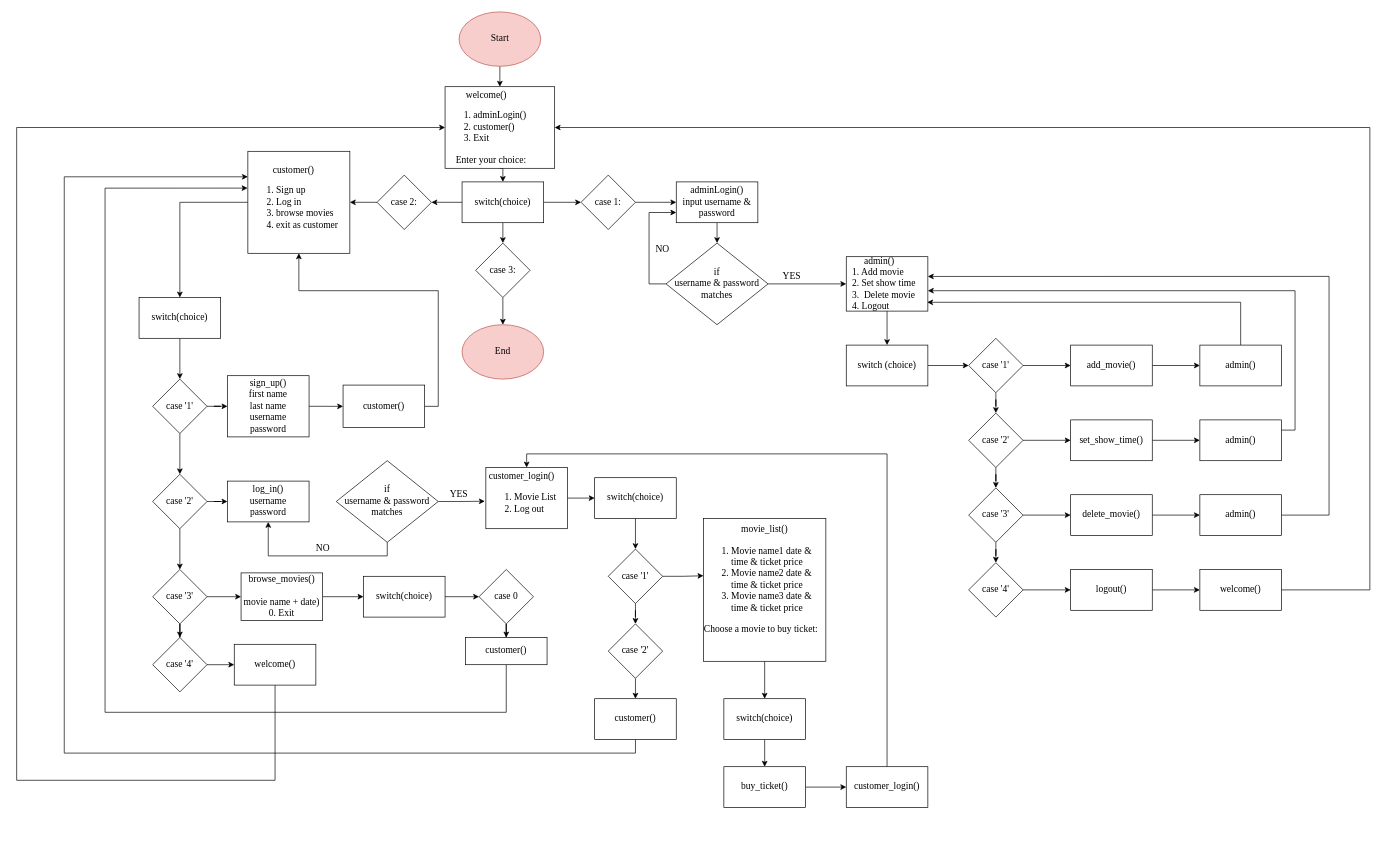
H1dr0n/movie-theater-management keeps this draw.io diagram as Flowchart/Flowchart_movie_theater_management.drawio. Above is the earlier version. Source tidied: cells renumbered, new cells numbered last; positions are measured from the earlier drawing's top-left corner, leaving out a move shared by most shapes. Both pictures are drawn from the tidied source at 68%, with x=0, y=0 at pixel (16, 12).
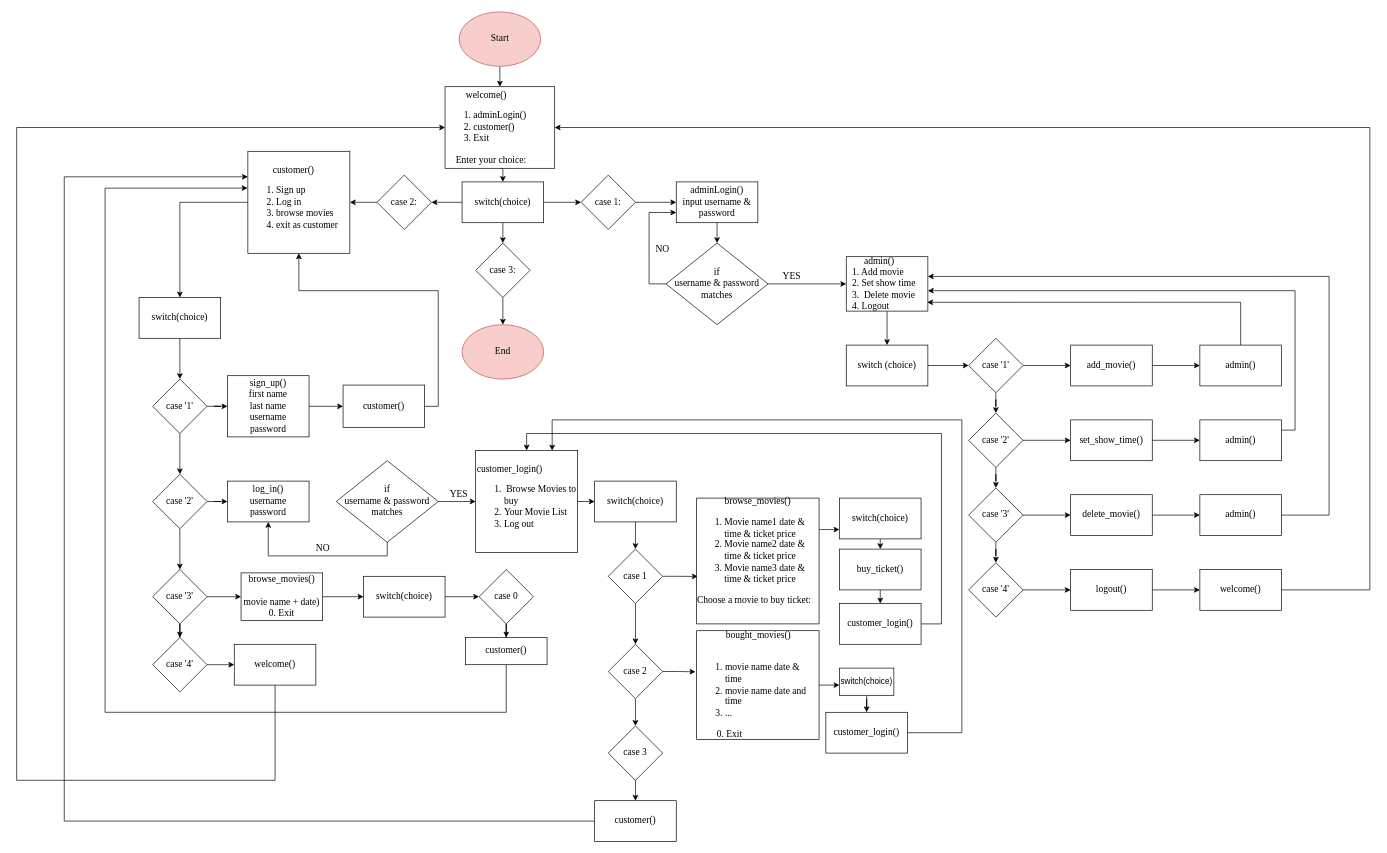
The same page after the edit.

The change refers to these unchanged cells:
```xml
<mxCell id="7" value="&lt;div style=&quot;text-align: center&quot;&gt;&lt;span&gt;customer()&lt;/span&gt;&lt;/div&gt;&lt;div&gt;&lt;ol&gt;&lt;li&gt;&lt;span&gt;Sign up&lt;/span&gt;&lt;/li&gt;&lt;li&gt;&lt;span&gt;Log in&lt;/span&gt;&lt;/li&gt;&lt;li&gt;&lt;span&gt;browse movies&lt;/span&gt;&lt;/li&gt;&lt;li&gt;&lt;span&gt;exit as customer&lt;/span&gt;&lt;/li&gt;&lt;/ol&gt;&lt;/div&gt;" style="whiteSpace=wrap;html=1;fontFamily=Times New Roman;fontSize=14;align=left;" parent="1" vertex="1">
  <mxGeometry x="340" y="205" width="150" height="150" as="geometry" />
</mxCell>
<mxCell id="94" value="if&lt;br&gt;username &amp;amp; password matches" style="rhombus;whiteSpace=wrap;html=1;fontFamily=Times New Roman;fontSize=14;" parent="1" vertex="1">
  <mxGeometry x="470" y="660" width="150" height="120" as="geometry" />
</mxCell>
```

Change to the diagram source:
```diff
@@
     <mxCell id="55" value="switch(choice)" style="rounded=0;whiteSpace=wrap;html=1;fontFamily=Times New Roman;fontSize=14;" parent="1" vertex="1">
-      <mxGeometry x="850" y="685" width="120" height="60" as="geometry" />
+      <mxGeometry x="850" y="690" width="120" height="60" as="geometry" />
     </mxCell>
@@
-    <mxCell id="57" style="edgeStyle=orthogonalEdgeStyle;rounded=0;jettySize=auto;html=1;exitX=1;exitY=0.5;exitDx=0;exitDy=0;entryX=0;entryY=0.401;entryDx=0;entryDy=0;entryPerimeter=0;fontFamily=Times New Roman;fontSize=14;" parent="1" edge="1" source="58" target="62">
+    <mxCell id="57" style="edgeStyle=orthogonalEdgeStyle;rounded=0;jettySize=auto;html=1;exitX=1;exitY=0.5;exitDx=0;exitDy=0;entryX=0.009;entryY=0.623;entryDx=0;entryDy=0;entryPerimeter=0;" parent="1" edge="1" source="58" target="62">
       <mxGeometry relative="1" as="geometry" />
     </mxCell>
-    <mxCell id="58" value="case '1'" style="rhombus;whiteSpace=wrap;html=1;rounded=0;fontFamily=Times New Roman;fontSize=14;" parent="1" vertex="1">
+    <mxCell id="58" value="case 1" style="rhombus;whiteSpace=wrap;html=1;rounded=0;fontFamily=Times New Roman;fontSize=14;" parent="1" vertex="1">
       <mxGeometry x="870" y="790" width="80" height="80" as="geometry" />
     </mxCell>
-    <mxCell id="59" style="edgeStyle=orthogonalEdgeStyle;rounded=0;jettySize=auto;html=1;exitX=0.5;exitY=1;exitDx=0;exitDy=0;entryX=0.5;entryY=0;entryDx=0;entryDy=0;fontFamily=Times New Roman;fontSize=14;" parent="1" edge="1" source="60" target="100">
-      <mxGeometry relative="1" as="geometry" />
-    </mxCell>
+    <mxCell id="109" style="edgeStyle=orthogonalEdgeStyle;rounded=0;jettySize=auto;html=1;exitX=1;exitY=0.5;exitDx=0;exitDy=0;entryX=-0.01;entryY=0.378;entryDx=0;entryDy=0;entryPerimeter=0;" parent="1" edge="1" source="60" target="114">
+      <mxGeometry relative="1" as="geometry" />
+    </mxCell>
+    <mxCell id="110" style="edgeStyle=orthogonalEdgeStyle;rounded=0;jettySize=auto;html=1;exitX=0.5;exitY=1;exitDx=0;exitDy=0;entryX=0.5;entryY=0;entryDx=0;entryDy=0;" parent="1" edge="1" source="60" target="112">
+      <mxGeometry relative="1" as="geometry" />
+    </mxCell>
-    <mxCell id="60" value="case '2'" style="rhombus;whiteSpace=wrap;html=1;rounded=0;fontFamily=Times New Roman;fontSize=14;" parent="1" vertex="1">
-      <mxGeometry x="870" y="900" width="80" height="80" as="geometry" />
+    <mxCell id="60" value="case 2" style="rhombus;whiteSpace=wrap;html=1;rounded=0;fontFamily=Times New Roman;fontSize=14;" parent="1" vertex="1">
+      <mxGeometry x="870" y="930" width="80" height="80" as="geometry" />
     </mxCell>
-    <mxCell id="61" style="edgeStyle=orthogonalEdgeStyle;rounded=0;jettySize=auto;html=1;exitX=0.5;exitY=1;exitDx=0;exitDy=0;entryX=0.5;entryY=0;entryDx=0;entryDy=0;fontFamily=Times New Roman;fontSize=14;" parent="1" edge="1" source="62" target="102">
+    <mxCell id="61" style="edgeStyle=orthogonalEdgeStyle;rounded=0;jettySize=auto;html=1;exitX=1;exitY=0.25;exitDx=0;exitDy=0;entryX=0;entryY=0.771;entryDx=0;entryDy=0;entryPerimeter=0;" parent="1" edge="1" source="62" target="102">
       <mxGeometry relative="1" as="geometry" />
     </mxCell>
-    <mxCell id="62" value="&lt;div&gt;movie_list()&lt;/div&gt;&lt;div&gt;&lt;div style=&quot;text-align: left&quot;&gt;&lt;ol&gt;&lt;li&gt;&lt;span&gt;Movie name1 date &amp;amp; time &amp;amp; ticket price&lt;/span&gt;&lt;/li&gt;&lt;li&gt;&lt;span&gt;Movie name2 date &amp;amp; time &amp;amp; ticket price&lt;/span&gt;&lt;/li&gt;&lt;li&gt;&lt;span&gt;Movie name3 date &amp;amp; time &amp;amp; ticket price&lt;/span&gt;&lt;/li&gt;&lt;/ol&gt;&lt;/div&gt;&lt;span&gt;&lt;div style=&quot;text-align: left&quot;&gt;&lt;span&gt;Choose a movie to buy ticket:&lt;/span&gt;&lt;/div&gt;&lt;/span&gt;&lt;/div&gt;&lt;div&gt;&lt;br&gt;&lt;/div&gt;&lt;div style=&quot;text-align: left&quot;&gt;&lt;ol&gt;&lt;/ol&gt;&lt;/div&gt;" style="whiteSpace=wrap;html=1;rounded=0;fontFamily=Times New Roman;fontSize=14;" parent="1" vertex="1">
-      <mxGeometry x="1010" y="745" width="180" height="210" as="geometry" />
+    <mxCell id="62" value="&lt;div&gt;browse_movies()&lt;/div&gt;&lt;div&gt;&lt;div style=&quot;text-align: left&quot;&gt;&lt;ol&gt;&lt;li&gt;&lt;span&gt;Movie name1 date &amp;amp; time &amp;amp; ticket price&lt;/span&gt;&lt;/li&gt;&lt;li&gt;&lt;span&gt;Movie name2 date &amp;amp; time &amp;amp; ticket price&lt;/span&gt;&lt;/li&gt;&lt;li&gt;&lt;span&gt;Movie name3 date &amp;amp; time &amp;amp; ticket price&lt;/span&gt;&lt;/li&gt;&lt;/ol&gt;&lt;/div&gt;&lt;span&gt;&lt;div style=&quot;text-align: left&quot;&gt;&lt;span&gt;Choose a movie to buy ticket:&lt;/span&gt;&lt;/div&gt;&lt;/span&gt;&lt;/div&gt;&lt;div&gt;&lt;br&gt;&lt;/div&gt;&lt;div style=&quot;text-align: left&quot;&gt;&lt;ol&gt;&lt;/ol&gt;&lt;/div&gt;" style="whiteSpace=wrap;html=1;rounded=0;fontFamily=Times New Roman;fontSize=14;" parent="1" vertex="1">
+      <mxGeometry x="1000" y="715" width="180" height="185" as="geometry" />
     </mxCell>
-    <mxCell id="63" style="edgeStyle=orthogonalEdgeStyle;rounded=0;jettySize=auto;html=1;exitX=1;exitY=0.5;exitDx=0;exitDy=0;entryX=0;entryY=0.5;entryDx=0;entryDy=0;fontFamily=Times New Roman;fontSize=14;" parent="1" edge="1" source="64" target="104">
+    <mxCell id="63" style="edgeStyle=orthogonalEdgeStyle;rounded=0;jettySize=auto;html=1;exitX=0.5;exitY=1;exitDx=0;exitDy=0;entryX=0.5;entryY=0;entryDx=0;entryDy=0;" parent="1" edge="1" source="64" target="104">
       <mxGeometry relative="1" as="geometry" />
     </mxCell>
     <mxCell id="64" value="buy_ticket()" style="whiteSpace=wrap;html=1;rounded=0;fontFamily=Times New Roman;fontSize=14;" parent="1" vertex="1">
-      <mxGeometry x="1040" y="1110" width="120" height="60" as="geometry" />
+      <mxGeometry x="1210" y="790" width="120" height="60" as="geometry" />
     </mxCell>
@@
-    <mxCell id="93" style="edgeStyle=orthogonalEdgeStyle;rounded=0;jettySize=auto;html=1;exitX=1;exitY=0.5;exitDx=0;exitDy=0;entryX=-0.013;entryY=0.551;entryDx=0;entryDy=0;entryPerimeter=0;fontFamily=Times New Roman;fontSize=14;" parent="1" edge="1" source="94" target="97">
+    <mxCell id="93" style="edgeStyle=orthogonalEdgeStyle;rounded=0;jettySize=auto;html=1;exitX=1;exitY=0.5;exitDx=0;exitDy=0;entryX=0;entryY=0.5;entryDx=0;entryDy=0;" parent="1" edge="1" source="94" target="97">
       <mxGeometry relative="1" as="geometry" />
     </mxCell>
@@
-    <mxCell id="97" value="&lt;div style=&quot;text-align: center&quot;&gt;&lt;span&gt;customer_login()&lt;/span&gt;&lt;/div&gt;&lt;ol&gt;&lt;li style=&quot;text-align: center&quot;&gt;Movie List&lt;/li&gt;&lt;li&gt;Log out&lt;/li&gt;&lt;/ol&gt;" style="whiteSpace=wrap;html=1;fontFamily=Times New Roman;fontSize=14;align=left;" parent="1" vertex="1">
-      <mxGeometry x="690" y="670" width="120" height="90" as="geometry" />
+    <mxCell id="97" value="&lt;div&gt;&lt;span&gt;customer_login()&lt;/span&gt;&lt;/div&gt;&lt;ol&gt;&lt;li&gt;&amp;nbsp;Browse Movies to buy&lt;/li&gt;&lt;li&gt;Your Movie List&lt;/li&gt;&lt;li&gt;Log out&lt;/li&gt;&lt;/ol&gt;" style="whiteSpace=wrap;html=1;fontFamily=Times New Roman;fontSize=14;align=left;" parent="1" vertex="1">
+      <mxGeometry x="675" y="645" width="150" height="150" as="geometry" />
     </mxCell>
@@
-    <mxCell id="99" style="edgeStyle=orthogonalEdgeStyle;rounded=0;jettySize=auto;html=1;exitX=0.5;exitY=1;exitDx=0;exitDy=0;entryX=0;entryY=0.25;entryDx=0;entryDy=0;fontFamily=Times New Roman;fontSize=14;" parent="1" edge="1" source="100" target="7">
+    <mxCell id="99" style="edgeStyle=orthogonalEdgeStyle;rounded=0;jettySize=auto;html=1;exitX=0;exitY=0.5;exitDx=0;exitDy=0;entryX=0;entryY=0.25;entryDx=0;entryDy=0;fontFamily=Times New Roman;fontSize=14;" parent="1" edge="1" source="100" target="7">
       <mxGeometry relative="1" as="geometry">
         <Array as="points">
-          <mxPoint x="910" y="1090" />
-          <mxPoint x="70" y="1090" />
+          <mxPoint x="70" y="1190" />
           <mxPoint x="70" y="243" />
         </Array>
       </mxGeometry>
     </mxCell>
     <mxCell id="100" value="customer()" style="whiteSpace=wrap;html=1;fontFamily=Times New Roman;fontSize=14;" parent="1" vertex="1">
-      <mxGeometry x="850" y="1010" width="120" height="60" as="geometry" />
+      <mxGeometry x="850" y="1160" width="120" height="60" as="geometry" />
     </mxCell>
@@
     <mxCell id="102" value="switch(choice)" style="rounded=0;whiteSpace=wrap;html=1;fontFamily=Times New Roman;fontSize=14;" parent="1" vertex="1">
-      <mxGeometry x="1040" y="1010" width="120" height="60" as="geometry" />
+      <mxGeometry x="1210" y="715" width="120" height="60" as="geometry" />
     </mxCell>
-    <mxCell id="103" style="edgeStyle=orthogonalEdgeStyle;rounded=0;jettySize=auto;html=1;exitX=0.5;exitY=0;exitDx=0;exitDy=0;entryX=0.5;entryY=0;entryDx=0;entryDy=0;fontFamily=Times New Roman;fontSize=14;" parent="1" edge="1" source="104" target="97">
-      <mxGeometry relative="1" as="geometry" />
+    <mxCell id="103" style="edgeStyle=orthogonalEdgeStyle;rounded=0;jettySize=auto;html=1;exitX=1;exitY=0.5;exitDx=0;exitDy=0;entryX=0.5;entryY=0;entryDx=0;entryDy=0;" parent="1" edge="1" source="104" target="97">
+      <mxGeometry relative="1" as="geometry">
+        <Array as="points">
+          <mxPoint x="1360" y="900" />
+          <mxPoint x="1360" y="620" />
+          <mxPoint x="750" y="620" />
+        </Array>
+      </mxGeometry>
     </mxCell>
     <mxCell id="104" value="customer_login()" style="whiteSpace=wrap;html=1;rounded=0;fontFamily=Times New Roman;fontSize=14;" parent="1" vertex="1">
-      <mxGeometry x="1220" y="1110" width="120" height="60" as="geometry" />
+      <mxGeometry x="1210" y="870" width="120" height="60" as="geometry" />
     </mxCell>
@@
+    <mxCell id="111" style="edgeStyle=orthogonalEdgeStyle;rounded=0;jettySize=auto;html=1;exitX=0.5;exitY=1;exitDx=0;exitDy=0;entryX=0.5;entryY=0;entryDx=0;entryDy=0;" parent="1" edge="1" source="112" target="100">
+      <mxGeometry relative="1" as="geometry" />
+    </mxCell>
+    <mxCell id="112" value="case 3" style="rhombus;whiteSpace=wrap;html=1;rounded=0;fontFamily=Times New Roman;fontSize=14;" parent="1" vertex="1">
+      <mxGeometry x="870" y="1050" width="80" height="80" as="geometry" />
+    </mxCell>
+    <mxCell id="113" style="edgeStyle=orthogonalEdgeStyle;rounded=0;jettySize=auto;html=1;exitX=1;exitY=0.5;exitDx=0;exitDy=0;entryX=0;entryY=0.625;entryDx=0;entryDy=0;entryPerimeter=0;" parent="1" edge="1" source="114" target="116">
+      <mxGeometry relative="1" as="geometry" />
+    </mxCell>
+    <mxCell id="114" value="&lt;div style=&quot;text-align: center&quot;&gt;&lt;span&gt;bought_movies()&lt;/span&gt;&lt;/div&gt;&lt;div style=&quot;text-align: center&quot;&gt;&lt;br&gt;&lt;/div&gt;&lt;ol&gt;&lt;li&gt;movie name date &amp;amp; time&lt;/li&gt;&lt;li&gt;movie name date and time&lt;/li&gt;&lt;li&gt;...&lt;/li&gt;&lt;/ol&gt;&lt;div&gt;&amp;nbsp; &amp;nbsp; &amp;nbsp; &amp;nbsp; 0. Exit&lt;/div&gt;" style="whiteSpace=wrap;html=1;rounded=0;fontFamily=Times New Roman;fontSize=14;align=left;" parent="1" vertex="1">
+      <mxGeometry x="1000" y="910" width="180" height="160" as="geometry" />
+    </mxCell>
+    <mxCell id="115" style="edgeStyle=orthogonalEdgeStyle;rounded=0;jettySize=auto;html=1;" parent="1" edge="1" source="116" target="118">
+      <mxGeometry relative="1" as="geometry" />
+    </mxCell>
+    <mxCell id="116" value="switch(choice)" style="whiteSpace=wrap;html=1;" parent="1" vertex="1">
+      <mxGeometry x="1210" y="965" width="80" height="40" as="geometry" />
+    </mxCell>
+    <mxCell id="117" style="edgeStyle=orthogonalEdgeStyle;rounded=0;jettySize=auto;html=1;exitX=1;exitY=0.5;exitDx=0;exitDy=0;entryX=0.75;entryY=0;entryDx=0;entryDy=0;" parent="1" edge="1" source="118" target="97">
+      <mxGeometry relative="1" as="geometry">
+        <Array as="points">
+          <mxPoint x="1390" y="1060" />
+          <mxPoint x="1390" y="600" />
+          <mxPoint x="788" y="600" />
+        </Array>
+      </mxGeometry>
+    </mxCell>
+    <mxCell id="118" value="customer_login()" style="whiteSpace=wrap;html=1;rounded=0;fontFamily=Times New Roman;fontSize=14;" parent="1" vertex="1">
+      <mxGeometry x="1190" y="1030" width="120" height="60" as="geometry" />
+    </mxCell>
```
